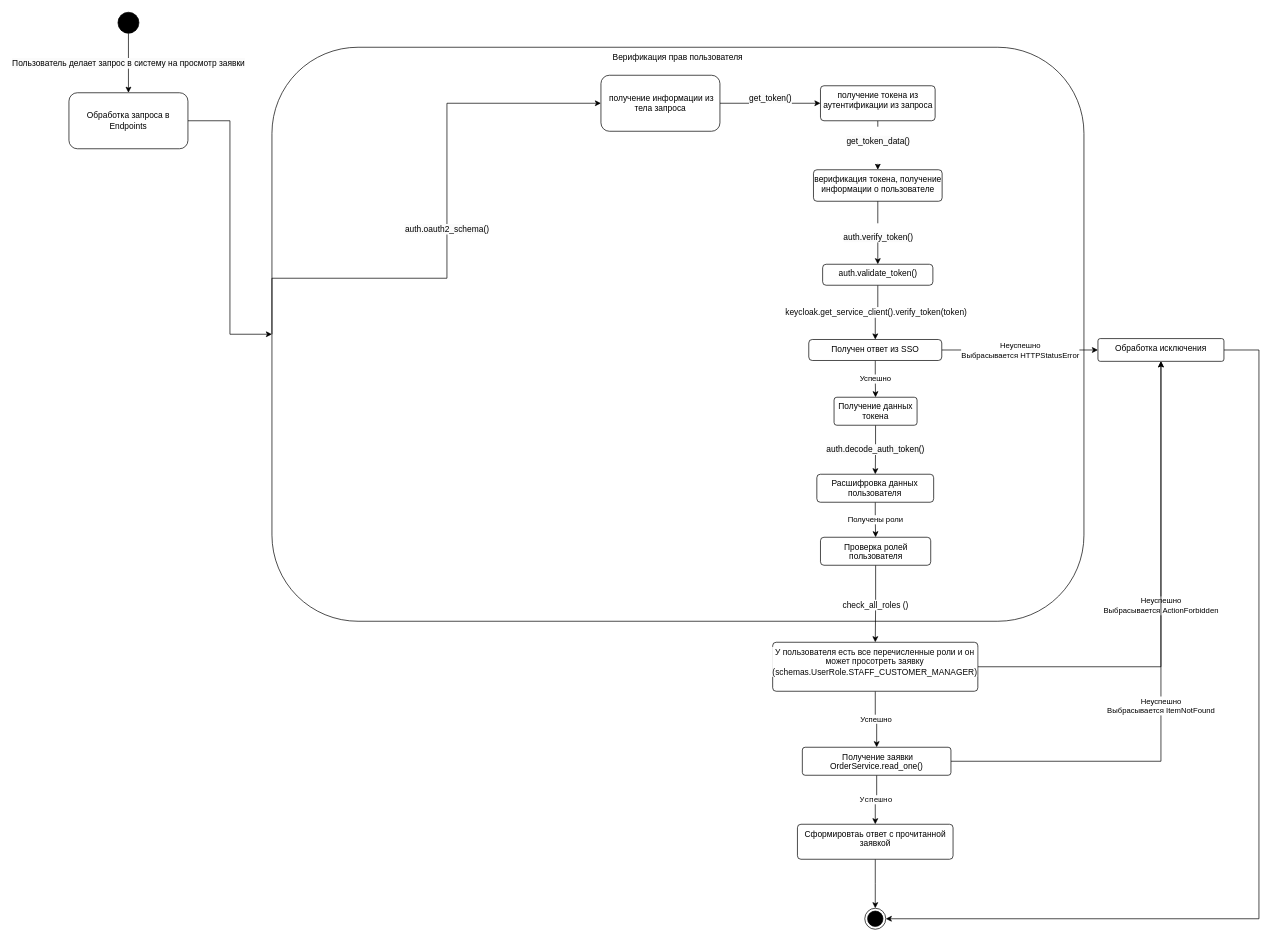
Before: page "implementation view" (3 of 3) of magistracy/software-engeneering-methodology/diagrams/State_UC-Open-Request.drawio in GulDilin/itmo, a draw.io diagram. Source tidied: cells renumbered, new cells numbered last; positions are measured from the earlier drawing's top-left corner, leaving out a move shared by most shapes. Both pictures are drawn from the tidied source at 70%, with x=0, y=0 at pixel (69, 12).
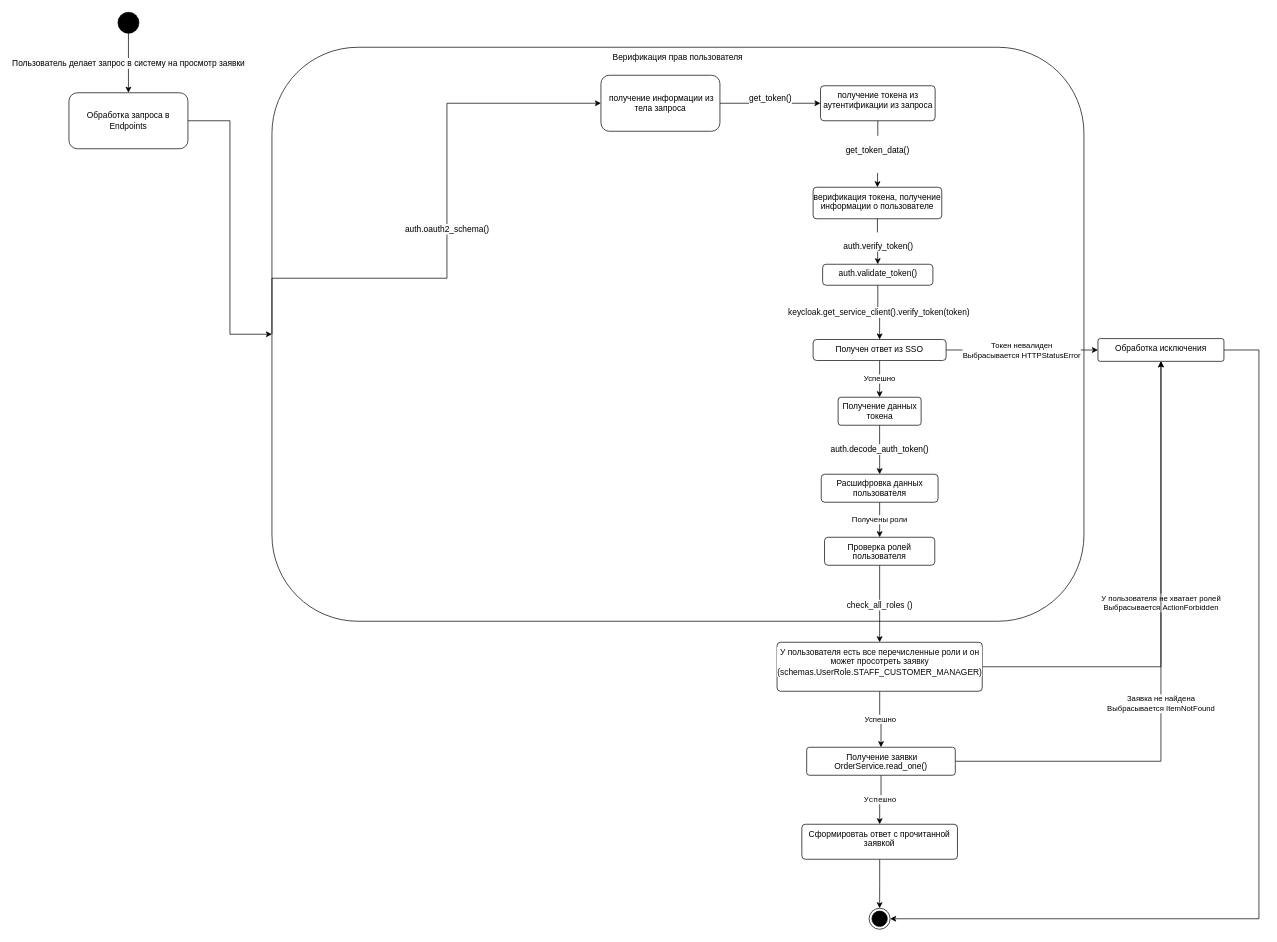
After the change.

The change refers to these unchanged cells:
```xml
<mxCell id="24" value="Обработка исключения" style="whiteSpace=wrap;html=1;verticalAlign=top;rounded=1;arcSize=10;dashed=0;" parent="1" vertex="1">
  <mxGeometry x="1470" y="466.2" width="180" height="32.5" as="geometry" />
</mxCell>
```

The edit, as a diff of the source:
```diff
@@
     <mxCell id="11" value="Расшифровка данных пользователя" style="html=1;align=center;verticalAlign=top;rounded=1;absoluteArcSize=1;arcSize=10;dashed=0;whiteSpace=wrap;" parent="1" vertex="1">
-      <mxGeometry x="1068.4" y="660" width="166.9" height="40" as="geometry" />
+      <mxGeometry x="1074.7" y="660" width="166.9" height="40" as="geometry" />
     </mxCell>
     <mxCell id="12" value="верификация токена, получение информации о пользователе" style="html=1;align=center;verticalAlign=top;rounded=1;absoluteArcSize=1;arcSize=10;dashed=0;whiteSpace=wrap;" parent="1" vertex="1">
-      <mxGeometry x="1063.6" y="225" width="183.8" height="45" as="geometry" />
+      <mxGeometry x="1063.1" y="250" width="183.8" height="45" as="geometry" />
     </mxCell>
@@
-    <mxCell id="20" value="Неуспешно&lt;br&gt;Выбрасывается&amp;nbsp;HTTPStatusError" style="edgeStyle=orthogonalEdgeStyle;rounded=0;jettySize=auto;html=1;" parent="1" edge="1" source="21" target="24">
+    <mxCell id="20" value="Токен невалиден&lt;br&gt;Выбрасывается&amp;nbsp;HTTPStatusError" style="edgeStyle=orthogonalEdgeStyle;rounded=0;jettySize=auto;html=1;" parent="1" edge="1" source="21" target="24">
       <mxGeometry relative="1" as="geometry" />
     </mxCell>
     <mxCell id="21" value="Получен ответ из SSO" style="html=1;align=center;verticalAlign=top;rounded=1;absoluteArcSize=1;arcSize=10;dashed=0;whiteSpace=wrap;fontFamily=Helvetica;fontSize=12;" parent="1" vertex="1">
-      <mxGeometry x="1056.9" y="467.5" width="190" height="30" as="geometry" />
+      <mxGeometry x="1063.1" y="467.5" width="190" height="30" as="geometry" />
     </mxCell>
     <mxCell id="22" value="Получение данных токена" style="whiteSpace=wrap;html=1;verticalAlign=top;rounded=1;arcSize=10;dashed=0;" parent="1" vertex="1">
-      <mxGeometry x="1093" y="550" width="118.6" height="40" as="geometry" />
+      <mxGeometry x="1098.8" y="550" width="118.6" height="40" as="geometry" />
     </mxCell>
@@
-    <mxCell id="26" value="Неуспешно&lt;br&gt;Выбрасывается ActionForbidden" style="edgeStyle=orthogonalEdgeStyle;rounded=0;jettySize=auto;html=1;" parent="1" edge="1" source="27" target="24">
+    <mxCell id="26" value="У пользователя не хватает ролей&lt;br&gt;Выбрасывается ActionForbidden" style="edgeStyle=orthogonalEdgeStyle;rounded=0;jettySize=auto;html=1;" parent="1" edge="1" source="27" target="24">
       <mxGeometry relative="1" as="geometry" />
     </mxCell>
     <mxCell id="27" value="&lt;div style=&quot;background-color: rgb(255, 255, 255); color: rgb(8, 8, 8); font-size: 12px;&quot;&gt;У пользователя есть все перечисленные роли и он может просотреть заявку (schemas.UserRole.STAFF_CUSTOMER_MANAGER&lt;span style=&quot;font-size: 12px;&quot;&gt;)&lt;/span&gt;&lt;/div&gt;" style="html=1;align=center;verticalAlign=top;rounded=1;absoluteArcSize=1;arcSize=10;dashed=0;whiteSpace=wrap;fontFamily=Helvetica;fontSize=12;" parent="1" vertex="1">
-      <mxGeometry x="1005.3" y="900" width="293.1" height="70" as="geometry" />
+      <mxGeometry x="1011.6" y="900" width="293.1" height="70" as="geometry" />
     </mxCell>
@@
     <mxCell id="29" value="Проверка ролей пользователя" style="html=1;align=center;verticalAlign=top;rounded=1;absoluteArcSize=1;arcSize=10;dashed=0;whiteSpace=wrap;" parent="1" vertex="1">
-      <mxGeometry x="1073.6" y="750" width="157.5" height="40" as="geometry" />
+      <mxGeometry x="1079.4" y="750" width="157.5" height="40" as="geometry" />
     </mxCell>
@@
-    <mxCell id="31" value="Неуспешно&lt;br&gt;Выбрасывается&amp;nbsp;ItemNotFound" style="edgeStyle=orthogonalEdgeStyle;rounded=0;jettySize=auto;html=1;" parent="1" edge="1" source="32" target="24">
+    <mxCell id="31" value="Заявка не найдена&lt;br&gt;Выбрасывается&amp;nbsp;ItemNotFound" style="edgeStyle=orthogonalEdgeStyle;rounded=0;jettySize=auto;html=1;" parent="1" edge="1" source="32" target="24">
       <mxGeometry x="-0.13" relative="1" as="geometry" />
     </mxCell>
     <mxCell id="32" value="&amp;nbsp;Получение заявки&lt;br&gt;OrderService.read_one()" style="whiteSpace=wrap;html=1;verticalAlign=top;rounded=1;arcSize=10;dashed=0;" parent="1" vertex="1">
-      <mxGeometry x="1047.7" y="1050" width="212.3" height="40" as="geometry" />
+      <mxGeometry x="1053.9" y="1050" width="212.3" height="40" as="geometry" />
     </mxCell>
@@
     <mxCell id="34" value="Сформировтаь ответ с прочитанной заявкой" style="whiteSpace=wrap;html=1;verticalAlign=top;rounded=1;arcSize=10;dashed=0;" parent="1" vertex="1">
-      <mxGeometry x="1040.7" y="1160" width="222.3" height="50" as="geometry" />
+      <mxGeometry x="1047" y="1160" width="222.3" height="50" as="geometry" />
     </mxCell>
     <mxCell id="35" style="ellipse;html=1;shape=endState;fillColor=strokeColor;" parent="1" vertex="1">
-      <mxGeometry x="1136.9" y="1280" width="30" height="30" as="geometry" />
+      <mxGeometry x="1143.1" y="1280" width="30" height="30" as="geometry" />
     </mxCell>
```
